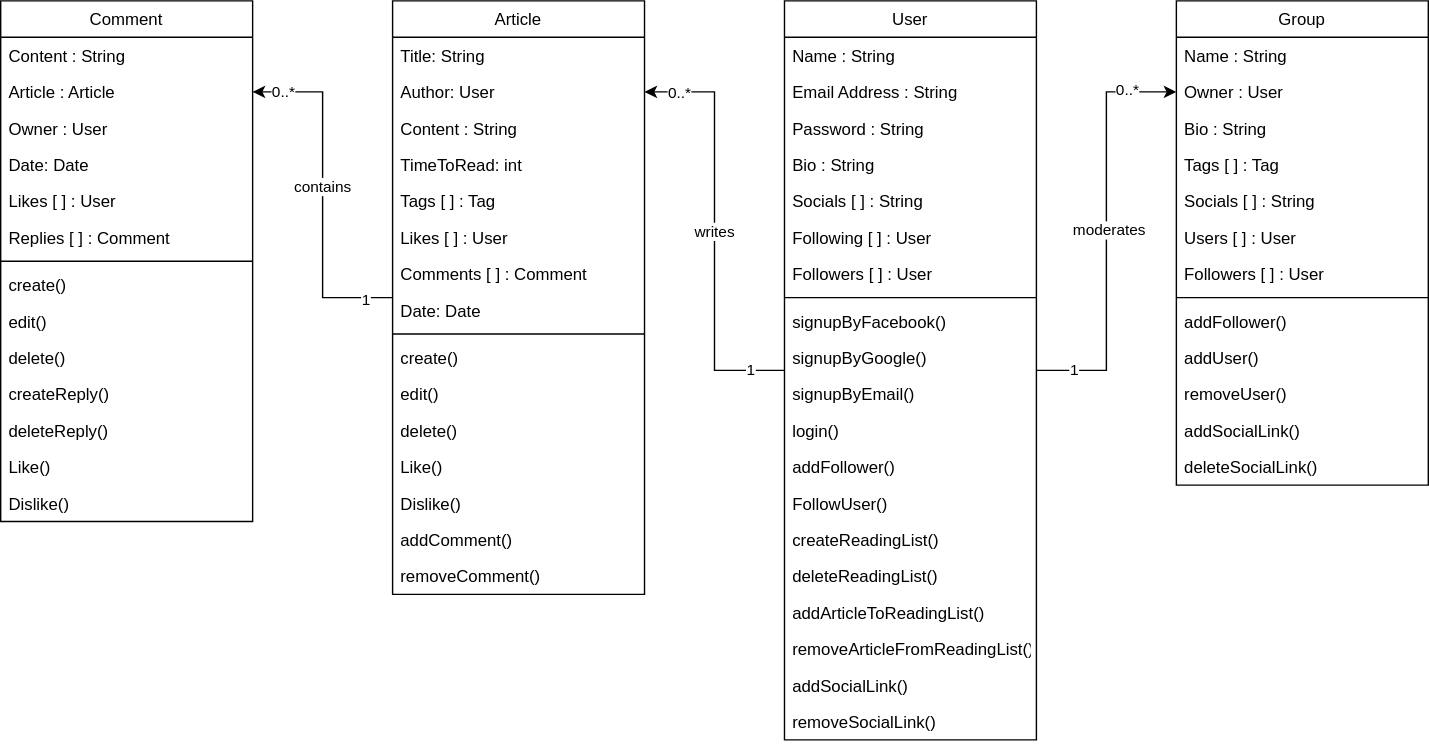
This is Class Diagram.svg from AhmadTripleA/MediumDotCom-Clone, a draw.io export, as it was before one commit. Source tidied: cells renumbered, new cells last; positions are measured from the earlier drawing's top-left corner, leaving out a move shared by most shapes.
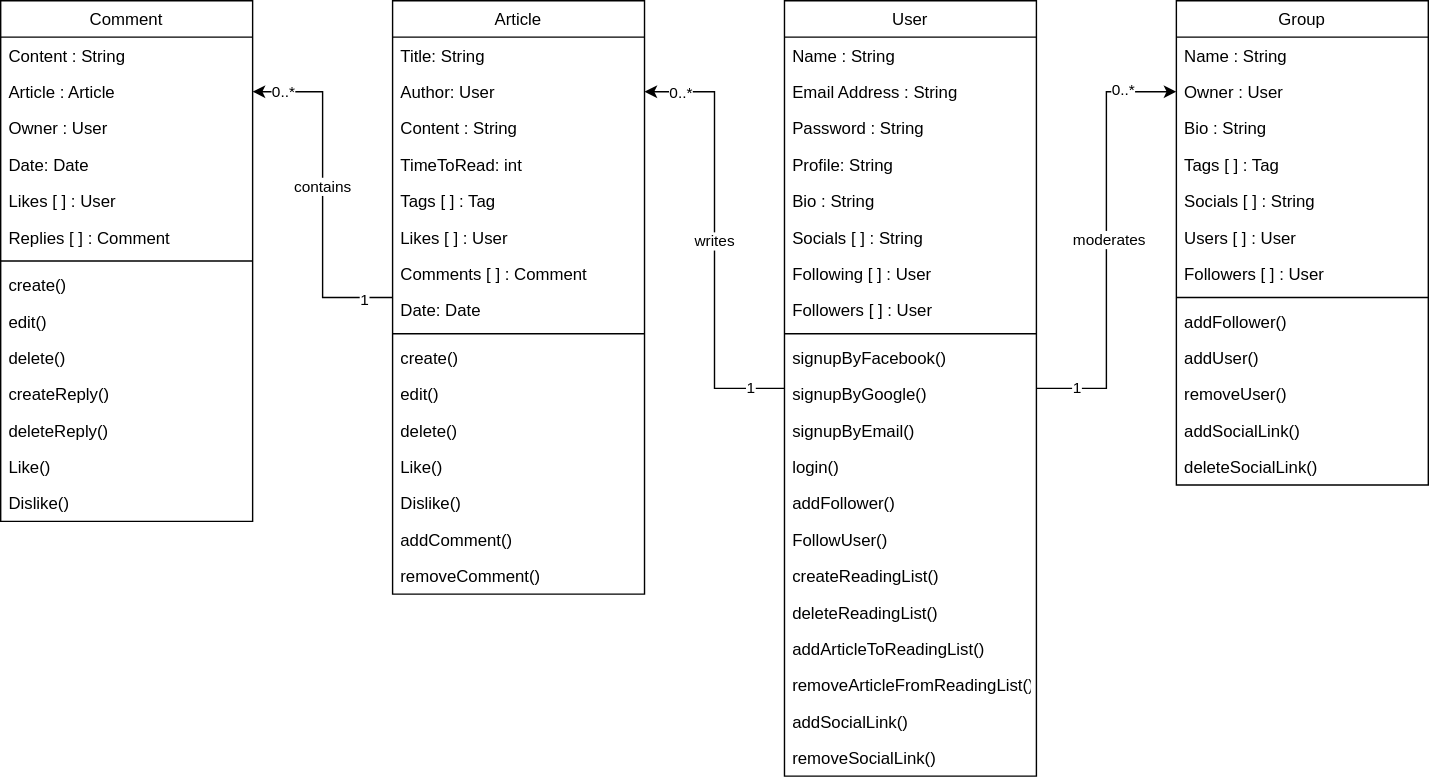
After the change.

Change to the diagram source:
```diff
@@ -35,7 +35,7 @@
       <mxGeometry relative="1" as="geometry" />
     </mxCell>
     <mxCell id="10" value="User" style="swimlane;fontStyle=0;align=center;verticalAlign=top;horizontal=1;startSize=26;rounded=0;shadow=0;strokeWidth=1;" parent="1" vertex="1">
-      <mxGeometry x="560" width="180" height="528" as="geometry" />
+      <mxGeometry x="560" width="180" height="554" as="geometry" />
     </mxCell>
     <mxCell id="11" value="Name : String" style="text;align=left;verticalAlign=top;spacingLeft=4;spacingRight=4;overflow=hidden;" parent="10" vertex="1">
       <mxGeometry y="26" width="180" height="26" as="geometry" />
@@ -46,56 +46,59 @@
     <mxCell id="13" value="Password : String" style="text;align=left;verticalAlign=top;spacingLeft=4;spacingRight=4;overflow=hidden;rounded=0;shadow=0;html=0;" parent="10" vertex="1">
       <mxGeometry y="78" width="180" height="26" as="geometry" />
     </mxCell>
+    <mxCell id="81" value="Profile: String" style="text;align=left;verticalAlign=top;spacingLeft=4;spacingRight=4;overflow=hidden;" parent="10" vertex="1">
+      <mxGeometry y="104" width="180" height="26" as="geometry" />
+    </mxCell>
     <mxCell id="14" value="Bio : String" style="text;align=left;verticalAlign=top;spacingLeft=4;spacingRight=4;overflow=hidden;rounded=0;shadow=0;html=0;" parent="10" vertex="1">
-      <mxGeometry y="104" width="180" height="26" as="geometry" />
+      <mxGeometry y="130" width="180" height="26" as="geometry" />
     </mxCell>
     <mxCell id="15" value="Socials [ ] : String" style="text;align=left;verticalAlign=top;spacingLeft=4;spacingRight=4;overflow=hidden;rounded=0;shadow=0;html=0;" parent="10" vertex="1">
-      <mxGeometry y="130" width="180" height="26" as="geometry" />
+      <mxGeometry y="156" width="180" height="26" as="geometry" />
     </mxCell>
     <mxCell id="16" value="Following [ ] : User" style="text;align=left;verticalAlign=top;spacingLeft=4;spacingRight=4;overflow=hidden;rounded=0;shadow=0;html=0;" parent="10" vertex="1">
-      <mxGeometry y="156" width="180" height="26" as="geometry" />
+      <mxGeometry y="182" width="180" height="26" as="geometry" />
     </mxCell>
     <mxCell id="17" value="Followers [ ] : User" style="text;align=left;verticalAlign=top;spacingLeft=4;spacingRight=4;overflow=hidden;rounded=0;shadow=0;html=0;" parent="10" vertex="1">
-      <mxGeometry y="182" width="180" height="26" as="geometry" />
+      <mxGeometry y="208" width="180" height="26" as="geometry" />
     </mxCell>
     <mxCell id="18" style="line;html=1;strokeWidth=1;align=left;verticalAlign=middle;spacingTop=-1;spacingLeft=3;spacingRight=3;labelPosition=right;" parent="10" vertex="1">
-      <mxGeometry y="208" width="180" height="8" as="geometry" />
+      <mxGeometry y="234" width="180" height="8" as="geometry" />
     </mxCell>
     <mxCell id="19" value="signupByFacebook()" style="text;align=left;verticalAlign=top;spacingLeft=4;spacingRight=4;overflow=hidden;" parent="10" vertex="1">
-      <mxGeometry y="216" width="180" height="26" as="geometry" />
+      <mxGeometry y="242" width="180" height="26" as="geometry" />
     </mxCell>
     <mxCell id="20" value="signupByGoogle()" style="text;align=left;verticalAlign=top;spacingLeft=4;spacingRight=4;overflow=hidden;" parent="10" vertex="1">
-      <mxGeometry y="242" width="180" height="26" as="geometry" />
+      <mxGeometry y="268" width="180" height="26" as="geometry" />
     </mxCell>
     <mxCell id="21" value="signupByEmail()" style="text;align=left;verticalAlign=top;spacingLeft=4;spacingRight=4;overflow=hidden;" parent="10" vertex="1">
-      <mxGeometry y="268" width="180" height="26" as="geometry" />
+      <mxGeometry y="294" width="180" height="26" as="geometry" />
     </mxCell>
     <mxCell id="22" value="login()" style="text;align=left;verticalAlign=top;spacingLeft=4;spacingRight=4;overflow=hidden;" parent="10" vertex="1">
-      <mxGeometry y="294" width="180" height="26" as="geometry" />
+      <mxGeometry y="320" width="180" height="26" as="geometry" />
     </mxCell>
     <mxCell id="23" value="addFollower()" style="text;align=left;verticalAlign=top;spacingLeft=4;spacingRight=4;overflow=hidden;" parent="10" vertex="1">
-      <mxGeometry y="320" width="180" height="26" as="geometry" />
+      <mxGeometry y="346" width="180" height="26" as="geometry" />
     </mxCell>
     <mxCell id="24" value="FollowUser()" style="text;align=left;verticalAlign=top;spacingLeft=4;spacingRight=4;overflow=hidden;" parent="10" vertex="1">
-      <mxGeometry y="346" width="180" height="26" as="geometry" />
+      <mxGeometry y="372" width="180" height="26" as="geometry" />
     </mxCell>
     <mxCell id="25" value="createReadingList()" style="text;align=left;verticalAlign=top;spacingLeft=4;spacingRight=4;overflow=hidden;" parent="10" vertex="1">
-      <mxGeometry y="372" width="180" height="26" as="geometry" />
+      <mxGeometry y="398" width="180" height="26" as="geometry" />
     </mxCell>
     <mxCell id="26" value="deleteReadingList()" style="text;align=left;verticalAlign=top;spacingLeft=4;spacingRight=4;overflow=hidden;" parent="10" vertex="1">
-      <mxGeometry y="398" width="180" height="26" as="geometry" />
+      <mxGeometry y="424" width="180" height="26" as="geometry" />
     </mxCell>
     <mxCell id="27" value="addArticleToReadingList()" style="text;align=left;verticalAlign=top;spacingLeft=4;spacingRight=4;overflow=hidden;" parent="10" vertex="1">
-      <mxGeometry y="424" width="180" height="26" as="geometry" />
+      <mxGeometry y="450" width="180" height="26" as="geometry" />
     </mxCell>
     <mxCell id="28" value="removeArticleFromReadingList()" style="text;align=left;verticalAlign=top;spacingLeft=4;spacingRight=4;overflow=hidden;" parent="10" vertex="1">
-      <mxGeometry y="450" width="180" height="26" as="geometry" />
+      <mxGeometry y="476" width="180" height="26" as="geometry" />
     </mxCell>
     <mxCell id="29" value="addSocialLink()" style="text;align=left;verticalAlign=top;spacingLeft=4;spacingRight=4;overflow=hidden;" parent="10" vertex="1">
-      <mxGeometry y="476" width="180" height="26" as="geometry" />
+      <mxGeometry y="502" width="180" height="26" as="geometry" />
     </mxCell>
     <mxCell id="30" value="removeSocialLink()" style="text;align=left;verticalAlign=top;spacingLeft=4;spacingRight=4;overflow=hidden;" parent="10" vertex="1">
-      <mxGeometry y="502" width="180" height="26" as="geometry" />
+      <mxGeometry y="528" width="180" height="26" as="geometry" />
     </mxCell>
     <mxCell id="31" value="Group" style="swimlane;fontStyle=0;align=center;verticalAlign=top;horizontal=1;startSize=26;rounded=0;shadow=0;strokeWidth=1;" parent="1" vertex="1">
       <mxGeometry x="840" width="180" height="346" as="geometry" />
```
